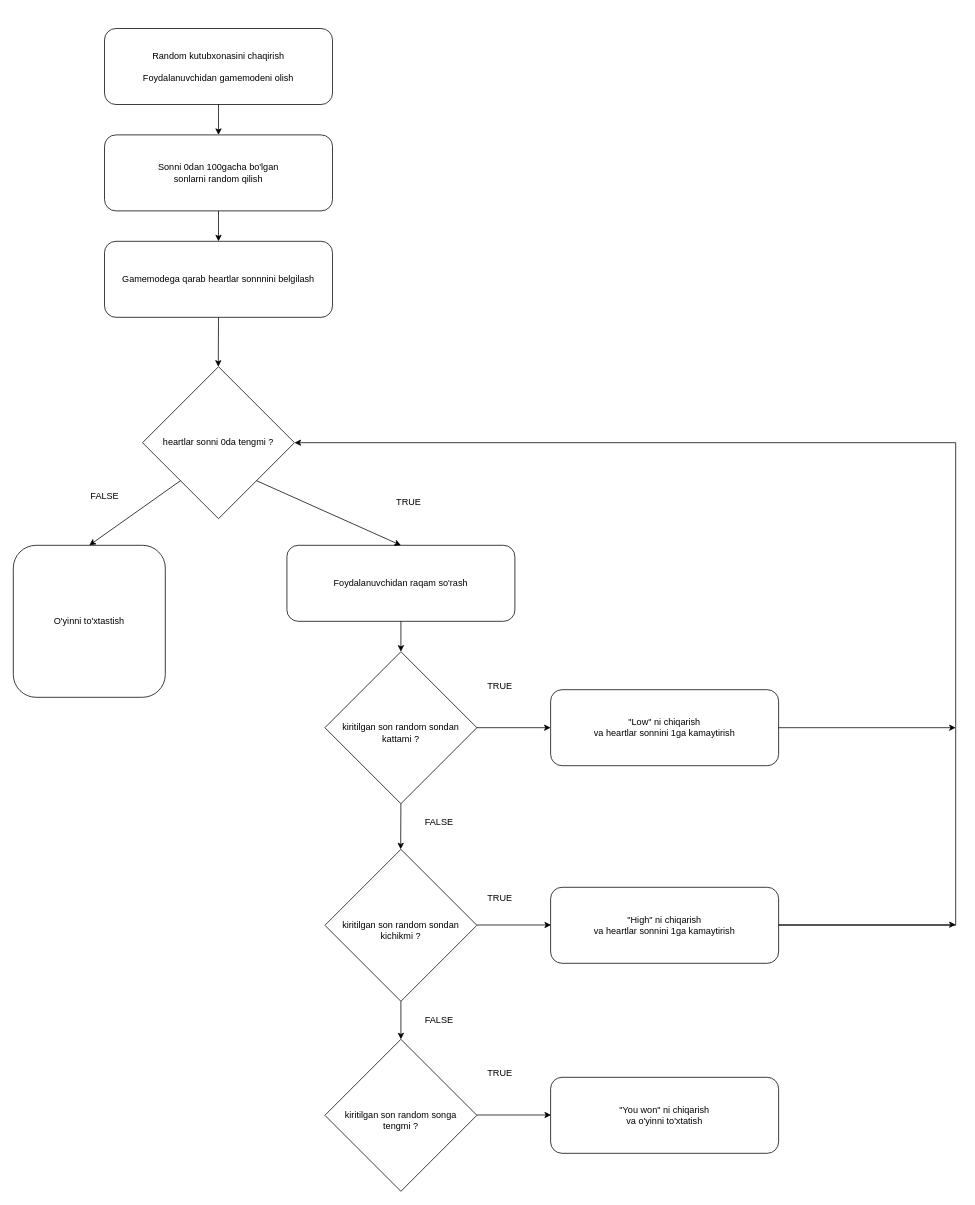
The draw.io diagram Untitled Diagram.drawio in AhmadovKomronbek/Algoritim, before the edit. Source tidied: cells renumbered, new cells numbered last; positions are measured from the earlier drawing's top-left corner, leaving out a move shared by most shapes. Both pictures are drawn from the tidied source at 76%, with x=0, y=0 at pixel (13, 28).
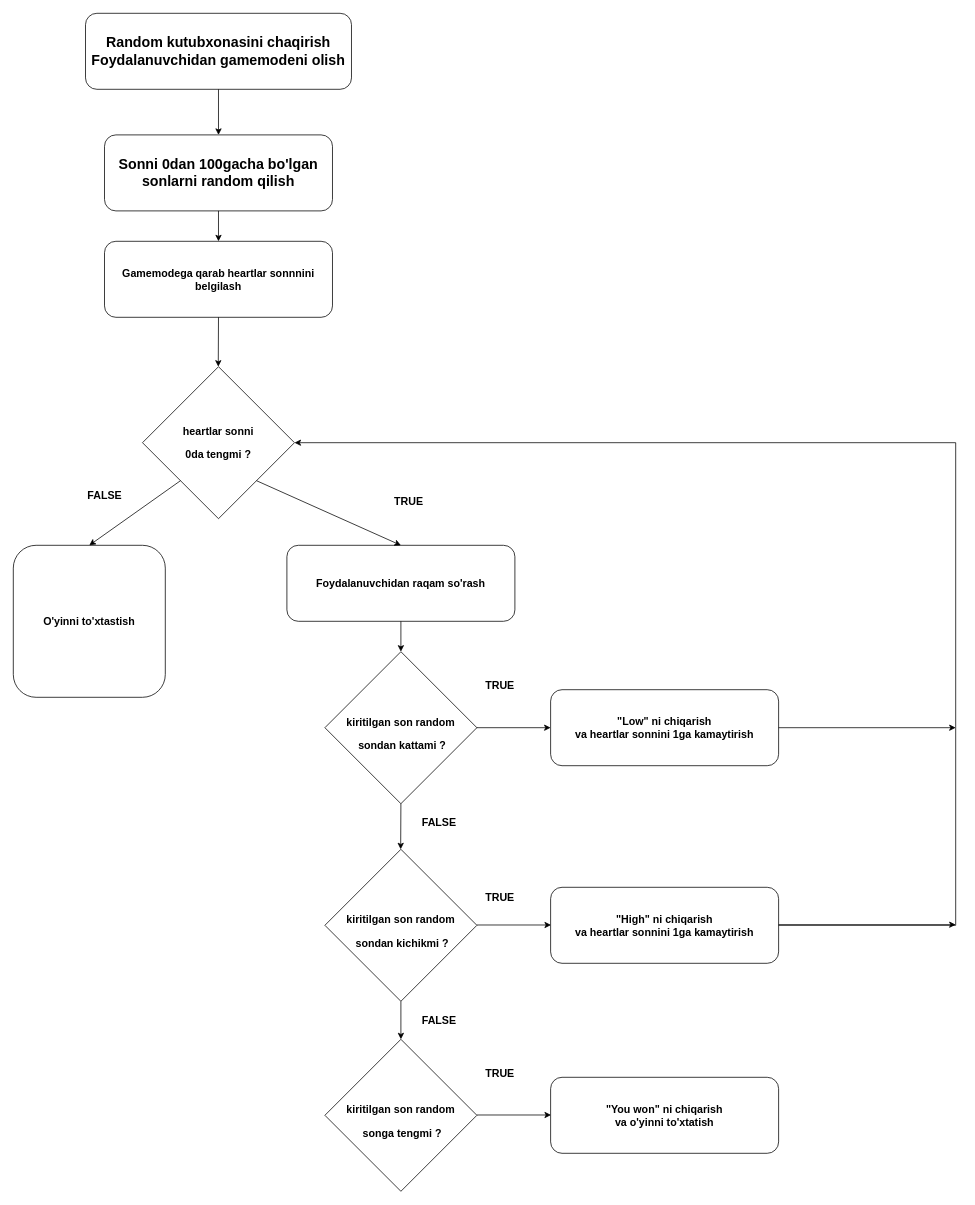
After the change.

Change to the diagram source:
```diff
@@
-    <mxCell id="2" value="Random kutubxonasini chaqirish&lt;br&gt;&lt;br&gt;Foydalanuvchidan gamemodeni olish" style="rounded=1;whiteSpace=wrap;html=1;" parent="1" vertex="1">
-      <mxGeometry x="120" width="300" height="100" as="geometry" />
+    <mxCell id="2" value="&lt;h3&gt;Random kutubxonasini chaqirish&lt;br&gt;Foydalanuvchidan gamemodeni olish&lt;/h3&gt;" style="rounded=1;whiteSpace=wrap;html=1;fontSize=16;" parent="1" vertex="1">
+      <mxGeometry x="95" y="-20" width="350" height="100" as="geometry" />
     </mxCell>
-    <mxCell id="3" value="Gamemodega qarab heartlar sonnnini belgilash" style="rounded=1;whiteSpace=wrap;html=1;" parent="1" vertex="1">
+    <mxCell id="3" value="&lt;h3&gt;Gamemodega qarab heartlar sonnnini belgilash&lt;/h3&gt;" style="rounded=1;whiteSpace=wrap;html=1;" parent="1" vertex="1">
       <mxGeometry x="120" y="280" width="300" height="100" as="geometry" />
     </mxCell>
-    <mxCell id="4" value="Sonni 0dan 100gacha bo'lgan&lt;br&gt;sonlarni&amp;nbsp;random qilish" style="rounded=1;whiteSpace=wrap;html=1;" parent="1" vertex="1">
+    <mxCell id="4" value="&lt;h3&gt;Sonni 0dan 100gacha bo'lgan&lt;br&gt;sonlarni&amp;nbsp;random qilish&lt;/h3&gt;" style="rounded=1;whiteSpace=wrap;html=1;fontSize=16;" parent="1" vertex="1">
       <mxGeometry x="120" y="140" width="300" height="100" as="geometry" />
     </mxCell>
-    <mxCell id="5" value="heartlar sonni 0da tengmi ?" style="rhombus;whiteSpace=wrap;html=1;" parent="1" vertex="1">
+    <mxCell id="5" value="&lt;h3&gt;heartlar sonni&lt;/h3&gt;&lt;h3&gt;0da tengmi ?&lt;/h3&gt;" style="rhombus;whiteSpace=wrap;html=1;" parent="1" vertex="1">
       <mxGeometry x="170" y="445" width="200" height="200" as="geometry" />
     </mxCell>
-    <mxCell id="6" value="O'yinni to'xtastish" style="rounded=1;whiteSpace=wrap;html=1;" parent="1" vertex="1">
+    <mxCell id="6" value="&lt;h3&gt;O'yinni to'xtastish&lt;/h3&gt;" style="rounded=1;whiteSpace=wrap;html=1;" parent="1" vertex="1">
       <mxGeometry y="680" width="200" height="200" as="geometry" />
     </mxCell>
-    <mxCell id="7" value="Foydalanuvchidan raqam so'rash" style="rounded=1;whiteSpace=wrap;html=1;" parent="1" vertex="1">
+    <mxCell id="7" value="&lt;h3&gt;Foydalanuvchidan raqam so'rash&lt;/h3&gt;" style="rounded=1;whiteSpace=wrap;html=1;" parent="1" vertex="1">
       <mxGeometry x="360" y="680" width="300" height="100" as="geometry" />
     </mxCell>
-    <mxCell id="8" value="&lt;br&gt;kiritilgan son random sondan&lt;br&gt;kattami ?" style="rhombus;whiteSpace=wrap;html=1;" parent="1" vertex="1">
+    <mxCell id="8" value="&lt;h3&gt;&lt;br&gt;kiritilgan son random&lt;/h3&gt;&lt;h3&gt;&amp;nbsp;sondan kattami ?&lt;/h3&gt;" style="rhombus;whiteSpace=wrap;html=1;" parent="1" vertex="1">
       <mxGeometry x="410" y="820" width="200" height="200" as="geometry" />
     </mxCell>
-    <mxCell id="9" value="&lt;br&gt;kiritilgan son random songa&lt;br&gt;tengmi ?" style="rhombus;whiteSpace=wrap;html=1;" parent="1" vertex="1">
+    <mxCell id="9" value="&lt;h3&gt;&lt;br&gt;kiritilgan son random&lt;/h3&gt;&lt;h3&gt;&amp;nbsp;songa tengmi ?&lt;/h3&gt;" style="rhombus;whiteSpace=wrap;html=1;" parent="1" vertex="1">
       <mxGeometry x="410" y="1330" width="200" height="200" as="geometry" />
     </mxCell>
-    <mxCell id="10" value="&lt;br&gt;kiritilgan son random sondan kichikmi ?" style="rhombus;whiteSpace=wrap;html=1;" parent="1" vertex="1">
+    <mxCell id="10" value="&lt;h3&gt;&lt;br&gt;kiritilgan son random&lt;/h3&gt;&lt;h3&gt;&amp;nbsp;sondan kichikmi ?&lt;/h3&gt;" style="rhombus;whiteSpace=wrap;html=1;" parent="1" vertex="1">
       <mxGeometry x="410" y="1080" width="200" height="200" as="geometry" />
     </mxCell>
-    <mxCell id="11" value="&quot;Low&quot; ni chiqarish&lt;br&gt;va heartlar sonnini 1ga kamaytirish" style="rounded=1;whiteSpace=wrap;html=1;" parent="1" vertex="1">
+    <mxCell id="11" value="&lt;h3&gt;&quot;Low&quot; ni chiqarish&lt;br&gt;va heartlar sonnini 1ga kamaytirish&lt;/h3&gt;" style="rounded=1;whiteSpace=wrap;html=1;" parent="1" vertex="1">
       <mxGeometry x="707" y="870" width="300" height="100" as="geometry" />
     </mxCell>
-    <mxCell id="12" value="&quot;You won&quot; ni chiqarish&lt;br&gt;va o'yinni to'xtatish" style="rounded=1;whiteSpace=wrap;html=1;" parent="1" vertex="1">
+    <mxCell id="12" value="&lt;h3&gt;&quot;You won&quot; ni chiqarish&lt;br&gt;va o'yinni to'xtatish&lt;/h3&gt;" style="rounded=1;whiteSpace=wrap;html=1;" parent="1" vertex="1">
       <mxGeometry x="707" y="1380" width="300" height="100" as="geometry" />
     </mxCell>
-    <mxCell id="13" value="&quot;High&quot; ni chiqarish&lt;br&gt;va heartlar sonnini 1ga kamaytirish" style="rounded=1;whiteSpace=wrap;html=1;" parent="1" vertex="1">
+    <mxCell id="13" value="&lt;h3&gt;&quot;High&quot; ni chiqarish&lt;br&gt;va heartlar sonnini 1ga kamaytirish&lt;/h3&gt;" style="rounded=1;whiteSpace=wrap;html=1;" parent="1" vertex="1">
       <mxGeometry x="707" y="1130" width="300" height="100" as="geometry" />
     </mxCell>
@@
-    <mxCell id="28" value="TRUE" style="text;html=1;align=center;verticalAlign=middle;strokeColor=none;fillColor=none;" parent="1" vertex="1">
-      <mxGeometry x="490" y="608" width="60" height="30" as="geometry" />
+    <mxCell id="28" value="&lt;h3&gt;TRUE&lt;/h3&gt;" style="text;html=1;align=center;verticalAlign=middle;strokeColor=none;fillColor=none;" parent="1" vertex="1">
+      <mxGeometry x="490" y="593" width="60" height="60" as="geometry" />
     </mxCell>
-    <mxCell id="29" value="FALSE" style="text;html=1;align=center;verticalAlign=middle;strokeColor=none;fillColor=none;" parent="1" vertex="1">
-      <mxGeometry x="90" y="600" width="60" height="30" as="geometry" />
+    <mxCell id="29" value="&lt;h3&gt;FALSE&lt;/h3&gt;" style="text;html=1;align=center;verticalAlign=middle;strokeColor=none;fillColor=none;" parent="1" vertex="1">
+      <mxGeometry x="85" y="585" width="70" height="60" as="geometry" />
     </mxCell>
-    <mxCell id="30" value="FALSE" style="text;html=1;align=center;verticalAlign=middle;strokeColor=none;fillColor=none;" parent="1" vertex="1">
-      <mxGeometry x="530" y="1030" width="60" height="30" as="geometry" />
+    <mxCell id="30" value="&lt;h3&gt;FALSE&lt;/h3&gt;" style="text;html=1;align=center;verticalAlign=middle;strokeColor=none;fillColor=none;" parent="1" vertex="1">
+      <mxGeometry x="525" y="1015" width="70" height="60" as="geometry" />
     </mxCell>
-    <mxCell id="31" value="FALSE" style="text;html=1;align=center;verticalAlign=middle;strokeColor=none;fillColor=none;" parent="1" vertex="1">
-      <mxGeometry x="530" y="1290" width="60" height="30" as="geometry" />
+    <mxCell id="31" value="&lt;h3&gt;FALSE&lt;/h3&gt;" style="text;html=1;align=center;verticalAlign=middle;strokeColor=none;fillColor=none;" parent="1" vertex="1">
+      <mxGeometry x="525" y="1275" width="70" height="60" as="geometry" />
     </mxCell>
-    <mxCell id="32" value="TRUE" style="text;html=1;align=center;verticalAlign=middle;strokeColor=none;fillColor=none;" parent="1" vertex="1">
-      <mxGeometry x="610" y="850" width="60" height="30" as="geometry" />
+    <mxCell id="32" value="&lt;h3&gt;TRUE&lt;/h3&gt;" style="text;html=1;align=center;verticalAlign=middle;strokeColor=none;fillColor=none;" parent="1" vertex="1">
+      <mxGeometry x="610" y="835" width="60" height="60" as="geometry" />
     </mxCell>
-    <mxCell id="33" value="TRUE" style="text;html=1;align=center;verticalAlign=middle;strokeColor=none;fillColor=none;" parent="1" vertex="1">
-      <mxGeometry x="610" y="1129" width="60" height="30" as="geometry" />
+    <mxCell id="33" value="&lt;h3&gt;TRUE&lt;/h3&gt;" style="text;html=1;align=center;verticalAlign=middle;strokeColor=none;fillColor=none;" parent="1" vertex="1">
+      <mxGeometry x="610" y="1114" width="60" height="60" as="geometry" />
     </mxCell>
-    <mxCell id="34" value="TRUE" style="text;html=1;align=center;verticalAlign=middle;strokeColor=none;fillColor=none;" parent="1" vertex="1">
-      <mxGeometry x="610" y="1360" width="60" height="30" as="geometry" />
+    <mxCell id="34" value="&lt;h3&gt;TRUE&lt;/h3&gt;" style="text;html=1;align=center;verticalAlign=middle;strokeColor=none;fillColor=none;" parent="1" vertex="1">
+      <mxGeometry x="610" y="1345" width="60" height="60" as="geometry" />
     </mxCell>
```
